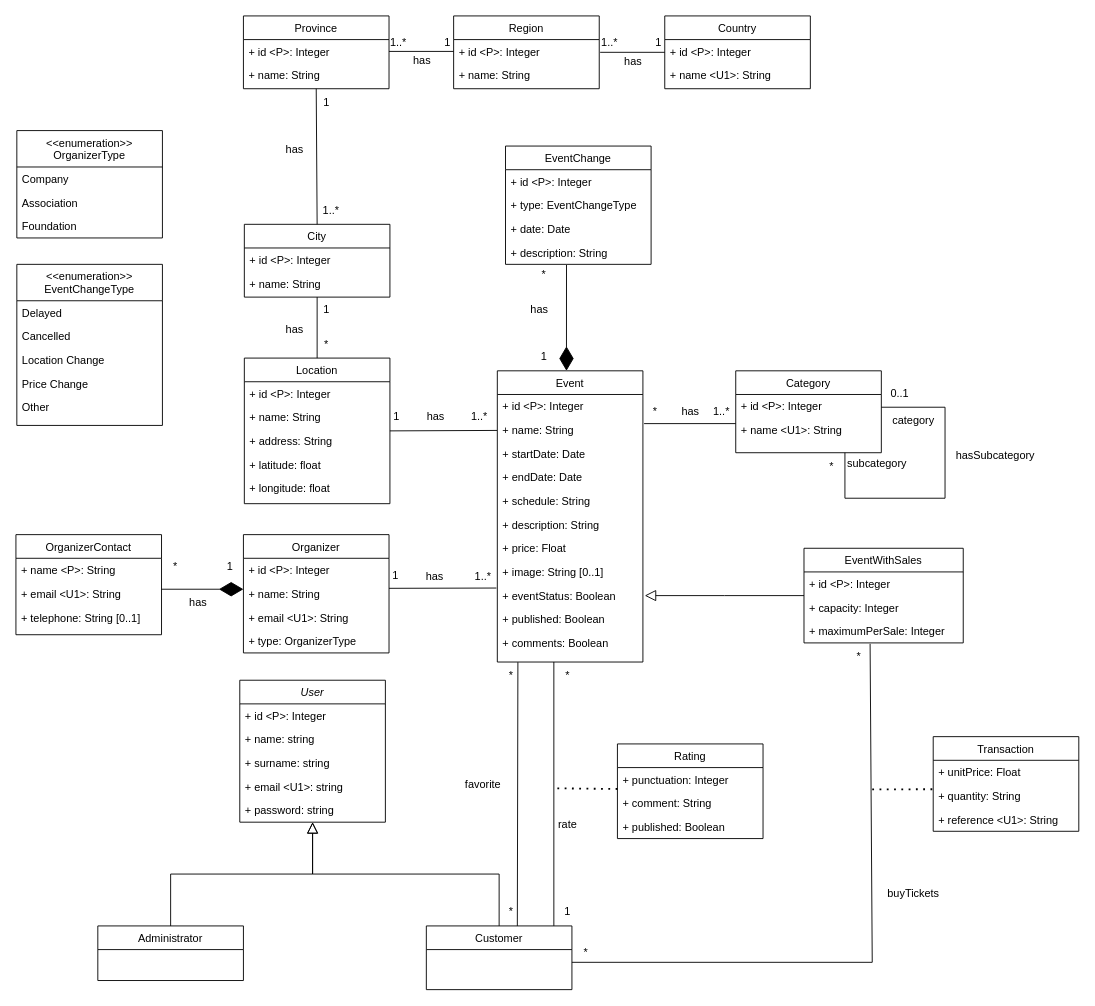
danielpilot/event-database keeps this draw.io diagram as diagrams/conceptual-diagram.drawio. Above is the earlier version. Source tidied: cells renumbered, new cells numbered last; positions are measured from the earlier drawing's top-left corner, leaving out a move shared by most shapes. Both pictures are drawn from the tidied source at 91%, with x=0, y=0 at pixel (15, 15).
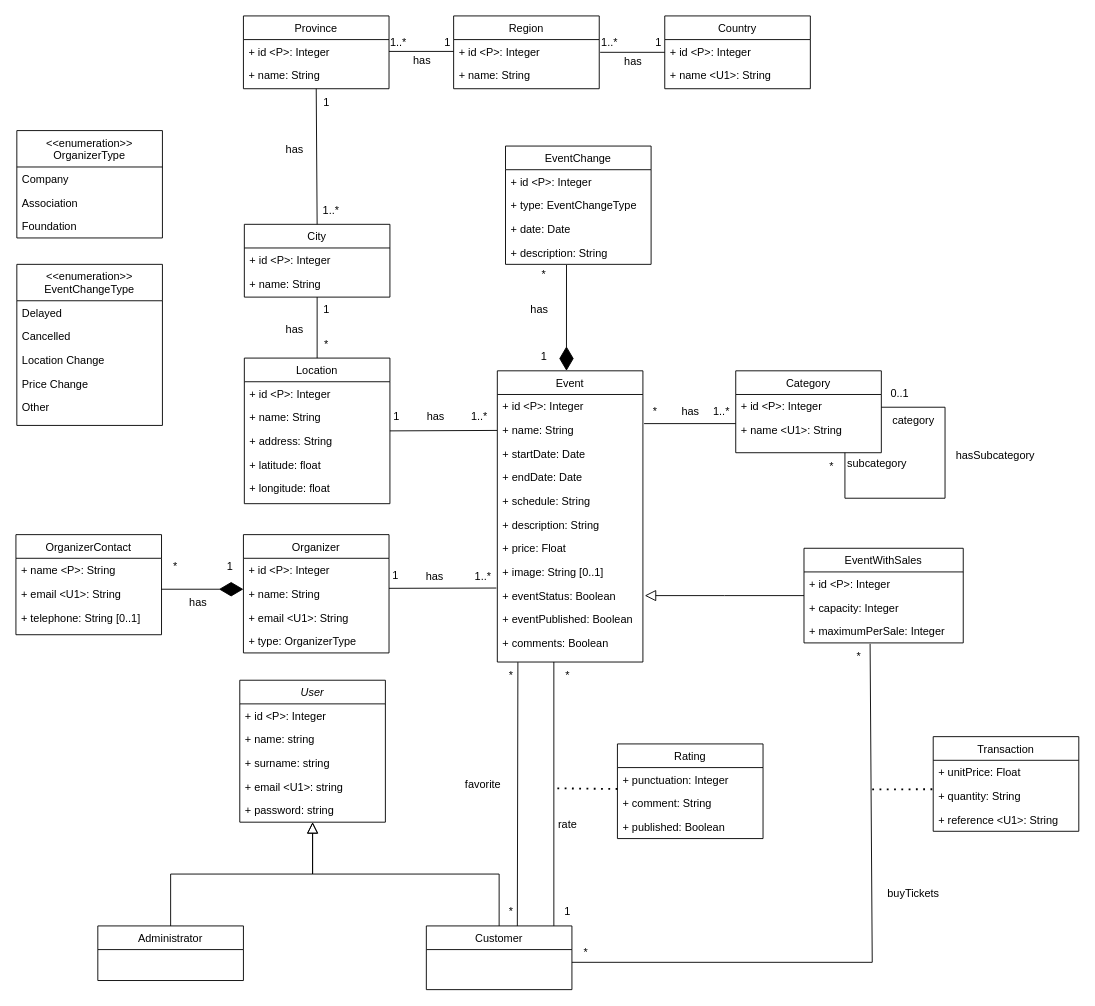
The same page after the edit.

Commit message:
Replace published for eventPublished

Unchanged cells that the change refers to:
```xml
<mxCell id="12" value="Event" style="swimlane;fontStyle=0;align=center;verticalAlign=top;horizontal=1;startSize=26;rounded=0;shadow=0;strokeWidth=1;" parent="1" vertex="1">
  <mxGeometry x="529" y="390" width="160" height="320" as="geometry" />
</mxCell>
```

Diff of the diagram source:
```diff
@@
-    <mxCell id="22" value="+ published: Boolean" style="text;align=left;verticalAlign=top;spacingLeft=4;spacingRight=4;overflow=hidden;rounded=0;shadow=0;html=0;" parent="12" vertex="1">
+    <mxCell id="22" value="+ eventPublished: Boolean" style="text;align=left;verticalAlign=top;spacingLeft=4;spacingRight=4;overflow=hidden;rounded=0;shadow=0;html=0;" parent="12" vertex="1">
       <mxGeometry y="260" width="160" height="26" as="geometry" />
     </mxCell>
```
